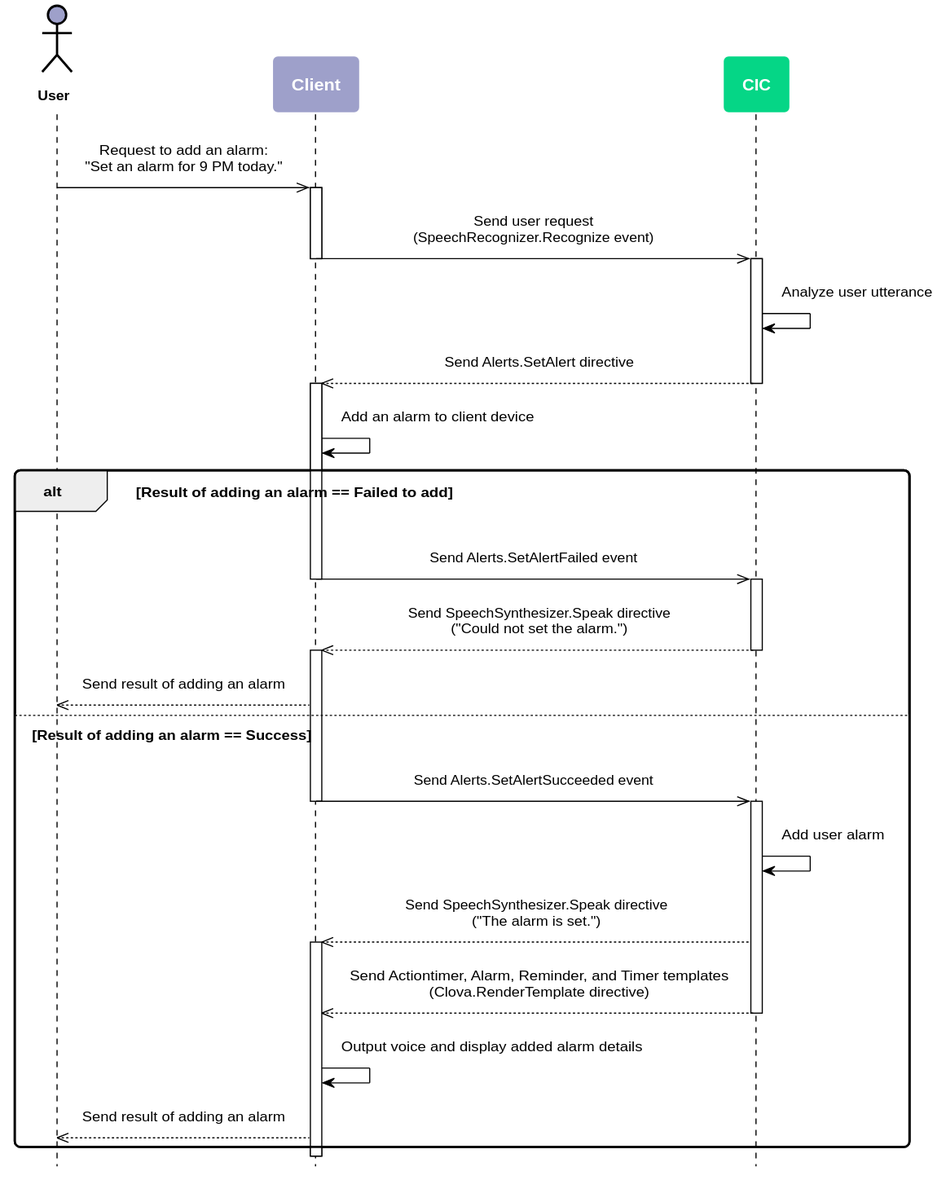
Above: en-KR/Develop/Assets/Images/CIC_Alerts_Add_Work_Flow.svg in muchokwon/clova-client-developer-guide (PlantUML), before the change.
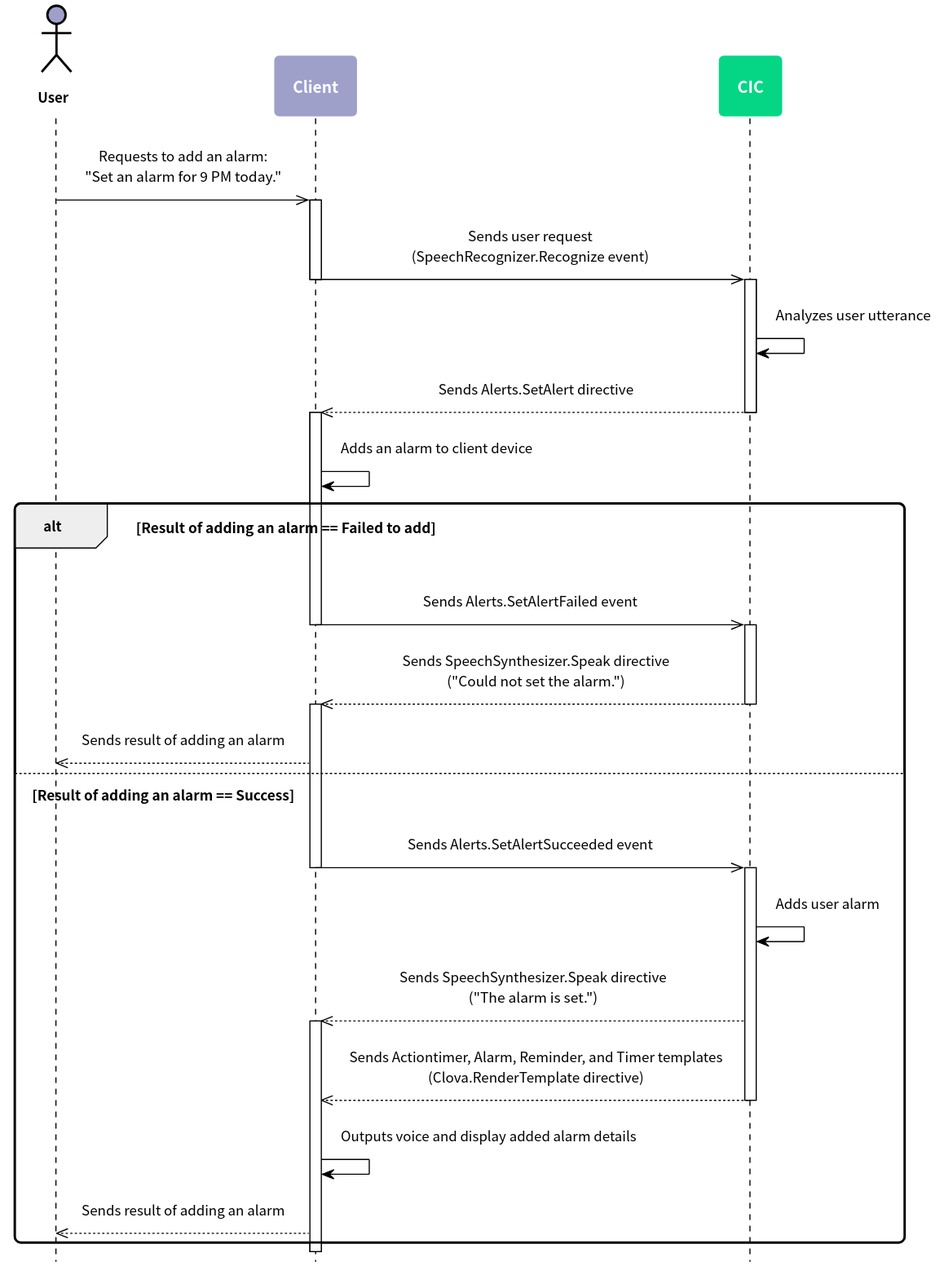
The same file after the commit.

What changed in the source:
```diff
@@ -5,77 +5,95 @@
 skinparam roundcorner 10
 skinparam padding 10
 skinparam defaultFontSize 12
+skinparam defaultFontName "Noto Sans CJK KR"
+
+skinparam note {
+  BackgroundColor #9EA0CA
+  BorderColor #ffffff
+  FontColor #ffffff
+  FontSize 14
+  FontStyle bold
+}
+
 skinparam sequence {
-	ArrowColor #000000
-	ActorBorderColor #000000
-	ActorFontStyle Bolder
+  ArrowColor #000000
+  ActorBorderColor #000000
+  ActorFontStyle Bolder
 
-	LifeLineBorderColor #000000
-	LifeLineBackgroundColor transparent
-	ParticipantBorderColor transparent
-	ParticipantFontSize 14
-	ParticipantFontColor #ffffff
-	ParticipantFontStyle bold
 
-	BoxBorderColor #000000
-	BoxFontColor #ffffff
+  LifeLineBorderColor #000000
+  LifeLineBackgroundColor transparent
+  ParticipantBorderColor transparent
+  ParticipantFontSize 14
+  ParticipantFontColor #ffffff
+  ParticipantFontStyle bold
+
+  BoxBorderColor #000000
+  BoxFontColor #ffffff
     BoxFontSize 14
     BoxFontStyle bold
 }
-skinparam note {
-	BackgroundColor #9EA0CA
-	BorderColor #ffffff
-	FontColor #ffffff
-	FontSize 14
-	FontStyle bold
+hide footbox
+
+skinparam activity {
+  BackgroundColor #9EA0CA
+  BarColor #ffffff
+  BorderColor #ffffff
+  DiamondBackgroundColor #05D686
+  DiamondBorderColor #ffffff
+  DiamondFontColor #ffffff
+  DiamondFontSize 14
+  DiamondFontStyle bold
+  FontColor #ffffff
+  FontSize 14
+  FontStyle bold
 }
-hide footbox
 
 actor User as user #9EA0CA
 participant Client as client #9EA0CA
 participant CIC as cic #05D686
 
 
-user ->> client : Request to add an alarm:\n"Set an alarm for 9 PM today."
+user ->> client : Requests to add an alarm:\n"Set an alarm for 9 PM today."
 
 activate client
-  client ->> cic : Send user request\n(SpeechRecognizer.Recognize event)
+  client ->> cic : Sends user request\n(SpeechRecognizer.Recognize event)
 deactivate client
 
 activate cic
-  cic -> cic : Analyze user utterance
-  cic -->> client : Send Alerts.SetAlert directive
+  cic -> cic : Analyzes user utterance
+  cic -->> client : Sends Alerts.SetAlert directive
 deactivate cic
 
 activate client
-  client -> client : Add an alarm to client device
+  client -> client : Adds an alarm to client device
 
 alt Result of adding an alarm == Failed to add
 
-  client ->> cic : Send Alerts.SetAlertFailed event
+  client ->> cic : Sends Alerts.SetAlertFailed event
   deactivate client
   activate cic
 
-    cic -->> client : Send SpeechSynthesizer.Speak directive\n("Could not set the alarm.")
+    cic -->> client : Sends SpeechSynthesizer.Speak directive\n("Could not set the alarm.")
   deactivate cic
   activate client
-    client -->> user : Send result of adding an alarm
+    client -->> user : Sends result of adding an alarm
 
 else Result of adding an alarm == Success
 
-  client ->> cic : Send Alerts.SetAlertSucceeded event
+  client ->> cic : Sends Alerts.SetAlertSucceeded event
 
 deactivate client
 
 activate cic
-  cic -> cic : Add user alarm
-  cic -->> client : Send SpeechSynthesizer.Speak directive\n("The alarm is set.")
+  cic -> cic : Adds user alarm
+  cic -->> client : Sends SpeechSynthesizer.Speak directive\n("The alarm is set.")
 activate client
-  cic -->> client : Send Actiontimer, Alarm, Reminder, and Timer templates\n(Clova.RenderTemplate directive)
+  cic -->> client : Sends Actiontimer, Alarm, Reminder, and Timer templates\n(Clova.RenderTemplate directive)
 deactivate cic
 
-  client -> client : Output voice and display added alarm details
-  client -->> user : Send result of adding an alarm
+  client -> client : Outputs voice and display added alarm details
+  client -->> user : Sends result of adding an alarm
 
   end
 
```
